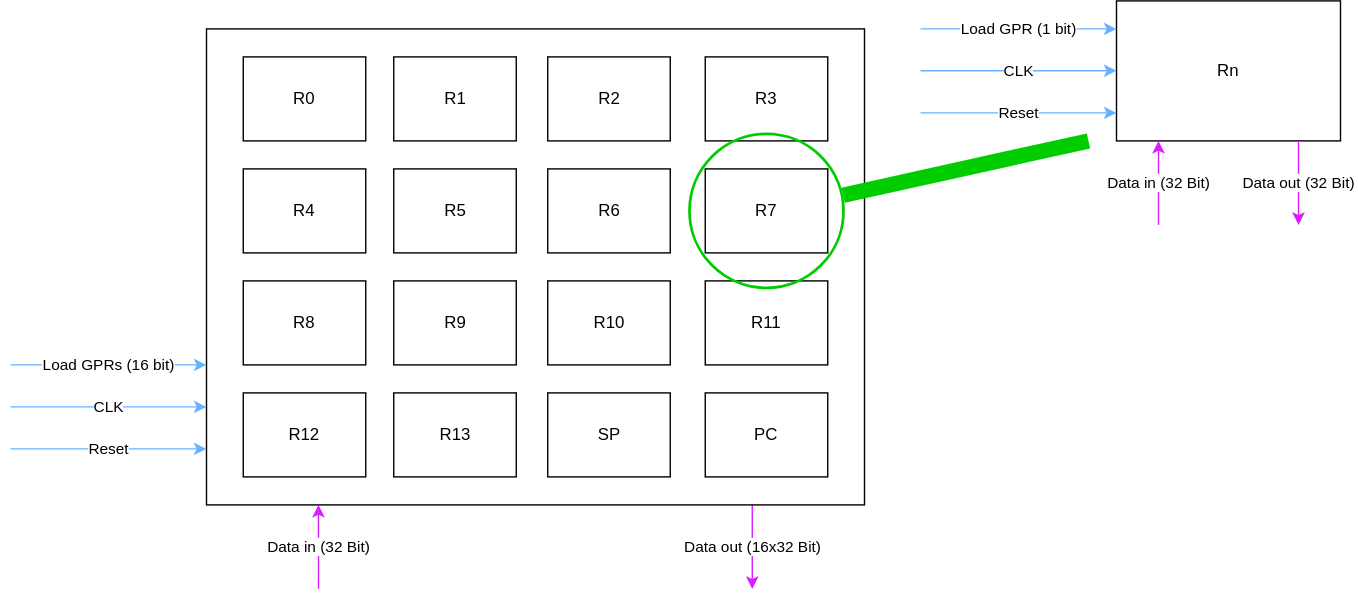
Above: docs/HardwareArchitectureImages/GPRs.drawio.svg in Sanotsch2003/MiPro-XG-V1 (draw.io), before the change. Source tidied: cells renumbered, new cells last; positions are measured from the earlier drawing's top-left corner, leaving out a move shared by most shapes. Source of this version:
```xml
<mxGraphModel>
  <root>
    <mxCell id="0" />
    <mxCell id="1" parent="0" />
    <mxCell id="2" value="Data in (32 Bit)" style="edgeStyle=orthogonalEdgeStyle;rounded=0;orthogonalLoop=1;jettySize=auto;html=1;strokeColor=#DA1FFF;" parent="1" edge="1">
      <mxGeometry relative="1" as="geometry">
        <mxPoint x="220" y="420" as="sourcePoint" />
        <mxPoint x="220" y="360" as="targetPoint" />
      </mxGeometry>
    </mxCell>
    <mxCell id="3" value="Data out (16x32 Bit)" style="edgeStyle=orthogonalEdgeStyle;rounded=0;orthogonalLoop=1;jettySize=auto;html=1;strokeColor=#DA1FFF;" parent="1" edge="1">
      <mxGeometry relative="1" as="geometry">
        <mxPoint x="529.8" y="360" as="sourcePoint" />
        <mxPoint x="529.8" y="420" as="targetPoint" />
      </mxGeometry>
    </mxCell>
    <mxCell id="4" style="rounded=0;whiteSpace=wrap;html=1;" parent="1" vertex="1">
      <mxGeometry x="140" y="20" width="470" height="340" as="geometry" />
    </mxCell>
    <mxCell id="5" value="Reset" style="edgeStyle=orthogonalEdgeStyle;rounded=0;orthogonalLoop=1;jettySize=auto;html=1;strokeColor=#66B2FF;" parent="1" edge="1">
      <mxGeometry relative="1" as="geometry">
        <mxPoint y="320" as="sourcePoint" />
        <mxPoint x="140" y="320" as="targetPoint" />
      </mxGeometry>
    </mxCell>
    <mxCell id="6" value="CLK" style="edgeStyle=orthogonalEdgeStyle;rounded=0;orthogonalLoop=1;jettySize=auto;html=1;strokeColor=#66B2FF;" parent="1" edge="1">
      <mxGeometry relative="1" as="geometry">
        <mxPoint y="290" as="sourcePoint" />
        <mxPoint x="140" y="290" as="targetPoint" />
      </mxGeometry>
    </mxCell>
    <mxCell id="7" value="Load GPRs (16 bit)" style="edgeStyle=orthogonalEdgeStyle;rounded=0;orthogonalLoop=1;jettySize=auto;html=1;strokeColor=#66B2FF;" parent="1" edge="1">
      <mxGeometry relative="1" as="geometry">
        <mxPoint y="260" as="sourcePoint" />
        <mxPoint x="140" y="260" as="targetPoint" />
      </mxGeometry>
    </mxCell>
    <mxCell id="8" value="R0" style="rounded=0;whiteSpace=wrap;html=1;" parent="1" vertex="1">
      <mxGeometry x="166.2" y="40" width="87.5" height="60" as="geometry" />
    </mxCell>
    <mxCell id="9" value="R1" style="rounded=0;whiteSpace=wrap;html=1;" parent="1" vertex="1">
      <mxGeometry x="273.8" y="40" width="87.5" height="60" as="geometry" />
    </mxCell>
    <mxCell id="10" value="R2" style="rounded=0;whiteSpace=wrap;html=1;" parent="1" vertex="1">
      <mxGeometry x="383.8" y="40" width="87.5" height="60" as="geometry" />
    </mxCell>
    <mxCell id="11" value="R3" style="rounded=0;whiteSpace=wrap;html=1;" parent="1" vertex="1">
      <mxGeometry x="496.2" y="40" width="87.5" height="60" as="geometry" />
    </mxCell>
    <mxCell id="12" value="R4" style="rounded=0;whiteSpace=wrap;html=1;" parent="1" vertex="1">
      <mxGeometry x="166.2" y="120" width="87.5" height="60" as="geometry" />
    </mxCell>
    <mxCell id="13" value="R5" style="rounded=0;whiteSpace=wrap;html=1;" parent="1" vertex="1">
      <mxGeometry x="273.8" y="120" width="87.5" height="60" as="geometry" />
    </mxCell>
    <mxCell id="14" value="R6" style="rounded=0;whiteSpace=wrap;html=1;" parent="1" vertex="1">
      <mxGeometry x="383.8" y="120" width="87.5" height="60" as="geometry" />
    </mxCell>
    <mxCell id="15" value="R7" style="rounded=0;whiteSpace=wrap;html=1;" parent="1" vertex="1">
      <mxGeometry x="496.2" y="120" width="87.5" height="60" as="geometry" />
    </mxCell>
    <mxCell id="16" value="R8" style="rounded=0;whiteSpace=wrap;html=1;" parent="1" vertex="1">
      <mxGeometry x="166.2" y="200" width="87.5" height="60" as="geometry" />
    </mxCell>
    <mxCell id="17" value="R9" style="rounded=0;whiteSpace=wrap;html=1;" parent="1" vertex="1">
      <mxGeometry x="273.8" y="200" width="87.5" height="60" as="geometry" />
    </mxCell>
    <mxCell id="18" value="R10" style="rounded=0;whiteSpace=wrap;html=1;" parent="1" vertex="1">
      <mxGeometry x="383.8" y="200" width="87.5" height="60" as="geometry" />
    </mxCell>
    <mxCell id="19" value="R11" style="rounded=0;whiteSpace=wrap;html=1;" parent="1" vertex="1">
      <mxGeometry x="496.2" y="200" width="87.5" height="60" as="geometry" />
    </mxCell>
    <mxCell id="20" value="R12" style="rounded=0;whiteSpace=wrap;html=1;" parent="1" vertex="1">
      <mxGeometry x="166.2" y="280" width="87.5" height="60" as="geometry" />
    </mxCell>
    <mxCell id="21" value="R13" style="rounded=0;whiteSpace=wrap;html=1;" parent="1" vertex="1">
      <mxGeometry x="273.8" y="280" width="87.5" height="60" as="geometry" />
    </mxCell>
    <mxCell id="22" value="SP" style="rounded=0;whiteSpace=wrap;html=1;" parent="1" vertex="1">
      <mxGeometry x="383.8" y="280" width="87.5" height="60" as="geometry" />
    </mxCell>
    <mxCell id="23" value="PC" style="rounded=0;whiteSpace=wrap;html=1;" parent="1" vertex="1">
      <mxGeometry x="496.2" y="280" width="87.5" height="60" as="geometry" />
    </mxCell>
    <mxCell id="24" style="ellipse;whiteSpace=wrap;html=1;fillColor=none;strokeWidth=2;strokeColor=#00CC00;" parent="1" vertex="1">
      <mxGeometry x="485" y="95" width="110" height="110" as="geometry" />
    </mxCell>
    <mxCell id="25" style="endArrow=none;html=1;rounded=0;strokeWidth=11;strokeColor=#00CC00;entryX=0.998;entryY=0.398;entryDx=0;entryDy=0;entryPerimeter=0;" parent="1" edge="1" target="24">
      <mxGeometry relative="1" as="geometry">
        <mxPoint x="770" y="100" as="sourcePoint" />
      </mxGeometry>
    </mxCell>
    <mxCell id="26" value="Rn" style="rounded=0;whiteSpace=wrap;html=1;" parent="1" vertex="1">
      <mxGeometry x="790" width="160" height="100" as="geometry" />
    </mxCell>
    <mxCell id="27" value="Reset" style="edgeStyle=orthogonalEdgeStyle;rounded=0;orthogonalLoop=1;jettySize=auto;html=1;strokeColor=#66B2FF;" parent="1" edge="1">
      <mxGeometry relative="1" as="geometry">
        <mxPoint x="650" y="80" as="sourcePoint" />
        <mxPoint x="790" y="80" as="targetPoint" />
      </mxGeometry>
    </mxCell>
    <mxCell id="28" value="CLK" style="edgeStyle=orthogonalEdgeStyle;rounded=0;orthogonalLoop=1;jettySize=auto;html=1;strokeColor=#66B2FF;" parent="1" edge="1">
      <mxGeometry relative="1" as="geometry">
        <mxPoint x="650" y="49.9" as="sourcePoint" />
        <mxPoint x="790" y="49.9" as="targetPoint" />
      </mxGeometry>
    </mxCell>
    <mxCell id="29" value="Load GPR (1 bit)" style="edgeStyle=orthogonalEdgeStyle;rounded=0;orthogonalLoop=1;jettySize=auto;html=1;strokeColor=#66B2FF;" parent="1" edge="1">
      <mxGeometry relative="1" as="geometry">
        <mxPoint x="650" y="20" as="sourcePoint" />
        <mxPoint x="790" y="20" as="targetPoint" />
      </mxGeometry>
    </mxCell>
    <mxCell id="30" value="Data in (32 Bit)" style="edgeStyle=orthogonalEdgeStyle;rounded=0;orthogonalLoop=1;jettySize=auto;html=1;strokeColor=#DA1FFF;" parent="1" edge="1">
      <mxGeometry relative="1" as="geometry">
        <mxPoint x="820" y="160" as="sourcePoint" />
        <mxPoint x="820" y="100" as="targetPoint" />
      </mxGeometry>
    </mxCell>
    <mxCell id="31" value="Data out (32 Bit)" style="edgeStyle=orthogonalEdgeStyle;rounded=0;orthogonalLoop=1;jettySize=auto;html=1;strokeColor=#DA1FFF;" parent="1" edge="1">
      <mxGeometry relative="1" as="geometry">
        <mxPoint x="920" y="100" as="sourcePoint" />
        <mxPoint x="920" y="160" as="targetPoint" />
      </mxGeometry>
    </mxCell>
  </root>
</mxGraphModel>
```
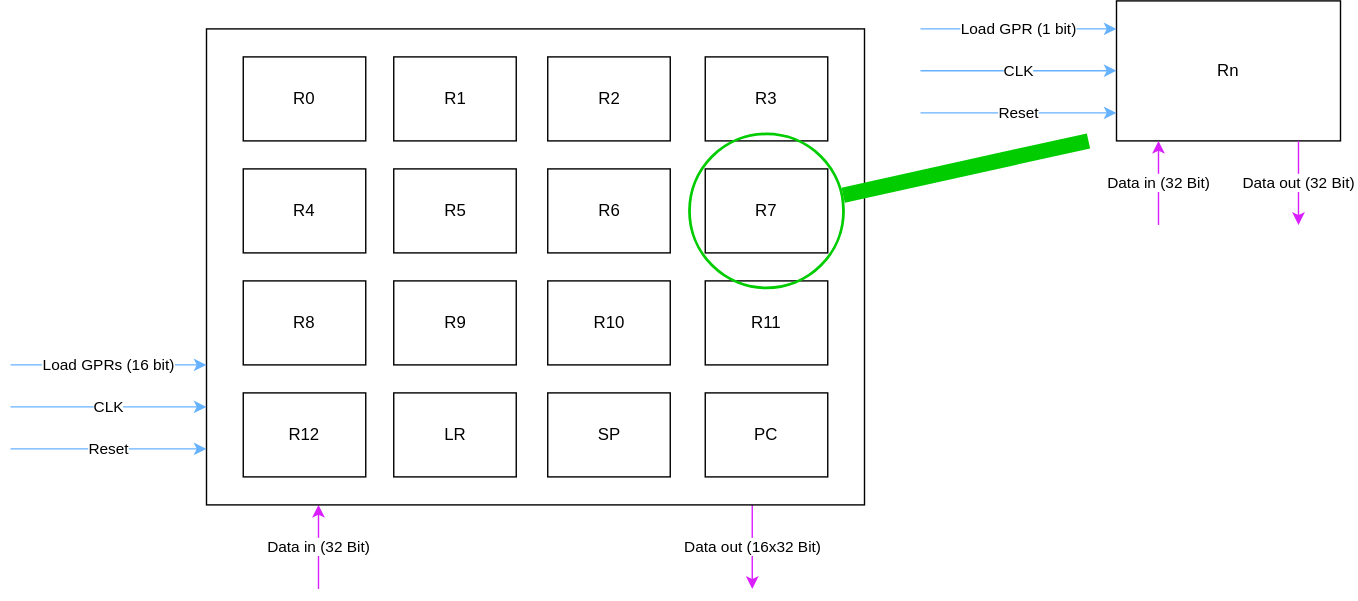
After the commit.

What changed in the source:
```diff
@@ -74,7 +74,7 @@
     <mxCell id="20" value="R12" style="rounded=0;whiteSpace=wrap;html=1;" parent="1" vertex="1">
       <mxGeometry x="166.2" y="280" width="87.5" height="60" as="geometry" />
     </mxCell>
-    <mxCell id="21" value="R13" style="rounded=0;whiteSpace=wrap;html=1;" parent="1" vertex="1">
+    <mxCell id="21" value="LR" style="rounded=0;whiteSpace=wrap;html=1;" parent="1" vertex="1">
       <mxGeometry x="273.8" y="280" width="87.5" height="60" as="geometry" />
     </mxCell>
     <mxCell id="22" value="SP" style="rounded=0;whiteSpace=wrap;html=1;" parent="1" vertex="1">
```
